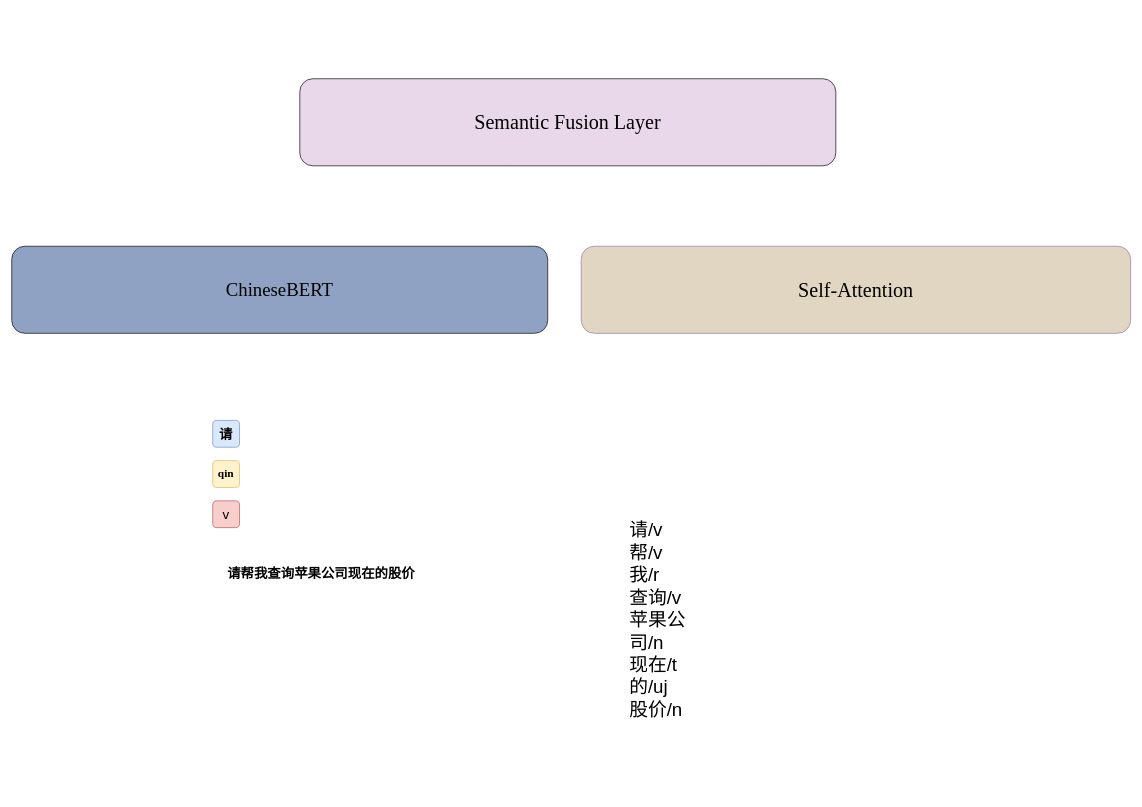
Before: propmt_chineseNLU/framework.drawio in lengyueit/paper_pic, a draw.io diagram. Source tidied: cells renumbered, new cells numbered last; positions are measured from the earlier drawing's top-left corner, leaving out a move shared by most shapes. Both pictures are drawn from the tidied source at 67%, with x=0, y=0 at pixel (11, 78).
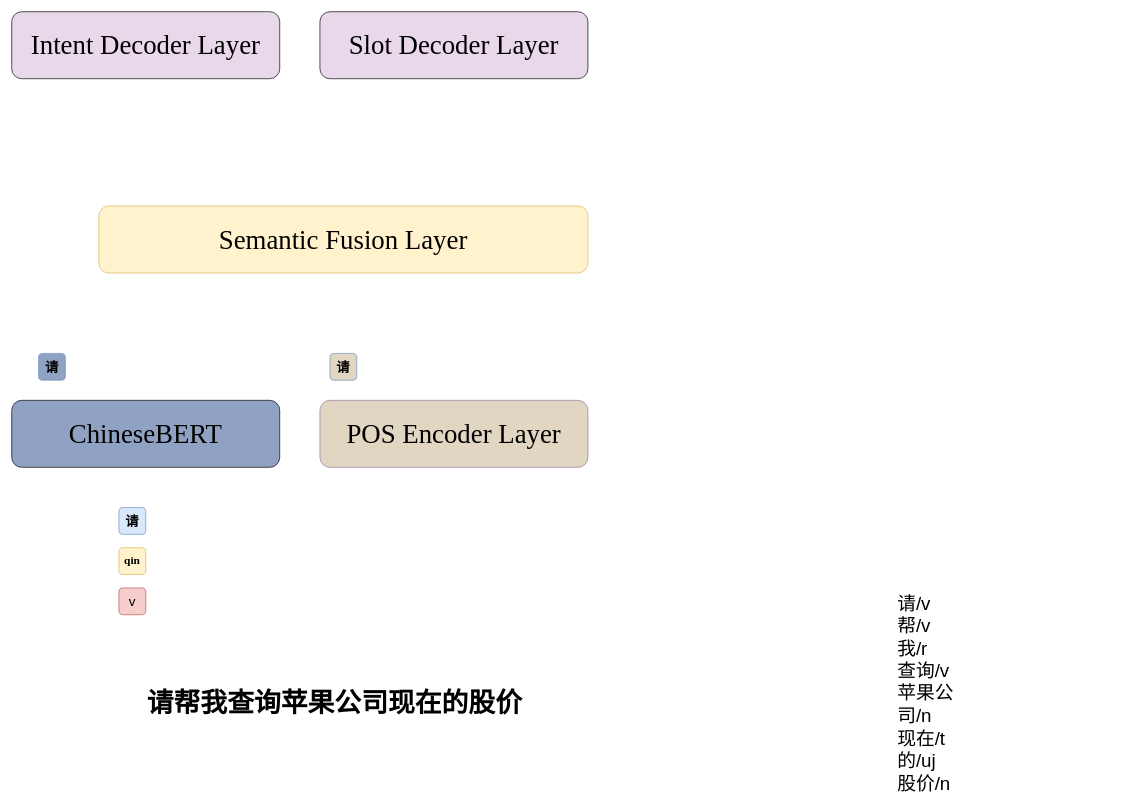
Above is the later version.

What changed in the source:
```diff
@@
 <mxGraphModel>
   <root>
     <mxCell id="0" />
     <mxCell id="1" parent="0" />
-    <mxCell id="2" value="&lt;font style=&quot;font-size: 28px;&quot; face=&quot;Times New Roman&quot;&gt;ChineseBERT&lt;/font&gt;" style="rounded=1;whiteSpace=wrap;html=1;fillColor=#8FA2C3;strokeColor=default;gradientColor=none;" parent="1" vertex="1">
-      <mxGeometry y="250" width="800" height="130" as="geometry" />
+    <mxCell id="2" value="&lt;font style=&quot;font-size: 40px;&quot; face=&quot;Times New Roman&quot;&gt;ChineseBERT&lt;/font&gt;" style="rounded=1;whiteSpace=wrap;html=1;fillColor=#8FA2C3;strokeColor=default;gradientColor=none;" parent="1" vertex="1">
+      <mxGeometry y="480" width="400" height="100" as="geometry" />
     </mxCell>
-    <mxCell id="3" value="请帮我查询苹果公司现在的股价" style="text;whiteSpace=wrap;fontFamily=等线;fontSize=20;fontStyle=1;" parent="1" vertex="1">
-      <mxGeometry x="320" y="720" width="290" height="40" as="geometry" />
+    <mxCell id="3" value="请帮我查询苹果公司现在的股价" style="text;whiteSpace=wrap;fontFamily=等线;fontSize=40;fontStyle=1;" parent="1" vertex="1">
+      <mxGeometry x="200" y="900" width="580" height="40" as="geometry" />
     </mxCell>
-    <mxCell id="4" value="&lt;font style=&quot;font-size: 30px;&quot; face=&quot;Times New Roman&quot;&gt;Self-Attention&lt;/font&gt;" style="rounded=1;whiteSpace=wrap;html=1;fillColor=#E0D6C2;strokeColor=#9673a6;" parent="1" vertex="1">
-      <mxGeometry x="850" y="250" width="820" height="130" as="geometry" />
+    <mxCell id="4" value="&lt;font style=&quot;font-size: 40px;&quot; face=&quot;Times New Roman&quot;&gt;POS Encoder Layer&lt;/font&gt;" style="rounded=1;whiteSpace=wrap;html=1;fillColor=#E0D6C2;strokeColor=#9673a6;" parent="1" vertex="1">
+      <mxGeometry x="460" y="480" width="400" height="100" as="geometry" />
     </mxCell>
     <mxCell id="5" value="请/v&#10;帮/v&#10;我/r&#10;查询/v&#10;苹果公司/n&#10;现在/t&#10;的/uj&#10;股价/n" style="text;whiteSpace=wrap;fontSize=28;" parent="1" vertex="1">
-      <mxGeometry x="920" y="650" width="90" height="140" as="geometry" />
+      <mxGeometry x="1320" y="760" width="90" height="140" as="geometry" />
     </mxCell>
-    <mxCell id="6" style="group;" parent="1" vertex="1">
-      <mxGeometry x="300" y="510" width="40" height="160" as="geometry" />
-    </mxCell>
+    <mxCell id="10" value="&lt;font style=&quot;font-size: 40px;&quot; face=&quot;Times New Roman&quot;&gt;Semantic Fusion Layer&lt;/font&gt;" style="rounded=1;whiteSpace=wrap;html=1;fillColor=#fff2cc;strokeColor=#d6b656;" parent="1" vertex="1">
+      <mxGeometry x="130" y="190" width="730" height="100" as="geometry" />
+    </mxCell>
+    <mxCell id="11" style="group;" parent="1" vertex="1">
+      <mxGeometry x="160" y="640" width="40" height="160" as="geometry" />
+    </mxCell>
-    <mxCell id="7" value="&lt;span style=&quot;font-family: 等线; text-align: left;&quot;&gt;&lt;font style=&quot;font-size: 20px;&quot;&gt;请&lt;/font&gt;&lt;/span&gt;" style="rounded=1;whiteSpace=wrap;html=1;fillColor=#dae8fc;strokeColor=#6c8ebf;fontStyle=1;" parent="6" vertex="1">
+    <mxCell id="7" value="&lt;span style=&quot;font-family: 等线; text-align: left;&quot;&gt;&lt;font style=&quot;font-size: 20px;&quot;&gt;请&lt;/font&gt;&lt;/span&gt;" style="rounded=1;whiteSpace=wrap;html=1;fillColor=#dae8fc;strokeColor=#6c8ebf;fontStyle=1;" parent="11" vertex="1">
       <mxGeometry width="40" height="40" as="geometry" />
     </mxCell>
-    <mxCell id="8" value="&lt;span style=&quot;font-size: 17px; text-align: left;&quot;&gt;&lt;font face=&quot;Times New Roman&quot;&gt;qin&lt;/font&gt;&lt;/span&gt;" style="rounded=1;whiteSpace=wrap;html=1;fillColor=#fff2cc;strokeColor=#d6b656;fontStyle=1;" parent="6" vertex="1">
+    <mxCell id="8" value="&lt;span style=&quot;font-size: 17px; text-align: left;&quot;&gt;&lt;font face=&quot;Times New Roman&quot;&gt;qin&lt;/font&gt;&lt;/span&gt;" style="rounded=1;whiteSpace=wrap;html=1;fillColor=#fff2cc;strokeColor=#d6b656;fontStyle=1;" parent="11" vertex="1">
       <mxGeometry y="60" width="40" height="40" as="geometry" />
     </mxCell>
-    <mxCell id="9" value="&lt;span style=&quot;font-weight: 400; text-align: left;&quot;&gt;&lt;font style=&quot;font-size: 20px;&quot;&gt;v&lt;/font&gt;&lt;/span&gt;" style="rounded=1;whiteSpace=wrap;html=1;fillColor=#f8cecc;strokeColor=#b85450;fontStyle=1;" parent="6" vertex="1">
+    <mxCell id="9" value="&lt;span style=&quot;font-weight: 400; text-align: left;&quot;&gt;&lt;font style=&quot;font-size: 20px;&quot;&gt;v&lt;/font&gt;&lt;/span&gt;" style="rounded=1;whiteSpace=wrap;html=1;fillColor=#f8cecc;strokeColor=#b85450;fontStyle=1;" parent="11" vertex="1">
       <mxGeometry y="120" width="40" height="40" as="geometry" />
     </mxCell>
-    <mxCell id="10" value="&lt;font style=&quot;font-size: 30px;&quot; face=&quot;Times New Roman&quot;&gt;Semantic Fusion Layer&lt;/font&gt;" style="rounded=1;whiteSpace=wrap;html=1;fillColor=#e8d8ea;strokeColor=default;gradientColor=none;" parent="1" vertex="1">
-      <mxGeometry x="430" width="800" height="130" as="geometry" />
-    </mxCell>
+    <mxCell id="12" value="&lt;font style=&quot;font-size: 40px;&quot; face=&quot;Times New Roman&quot;&gt;Intent Decoder Layer&lt;/font&gt;" style="rounded=1;whiteSpace=wrap;html=1;fillColor=#E8D8EA;strokeColor=default;" parent="1" vertex="1">
+      <mxGeometry y="-100" width="400" height="100" as="geometry" />
+    </mxCell>
+    <mxCell id="13" value="&lt;font style=&quot;font-size: 40px;&quot; face=&quot;Times New Roman&quot;&gt;Slot Decoder Layer&lt;/font&gt;" style="rounded=1;whiteSpace=wrap;html=1;fillColor=#E8D8EA;strokeColor=default;" parent="1" vertex="1">
+      <mxGeometry x="460" y="-100" width="400" height="100" as="geometry" />
+    </mxCell>
+    <mxCell id="14" value="&lt;span style=&quot;font-family: 等线; text-align: left;&quot;&gt;&lt;font style=&quot;font-size: 20px;&quot;&gt;请&lt;/font&gt;&lt;/span&gt;" style="rounded=1;whiteSpace=wrap;html=1;fillColor=#8FA2C3;strokeColor=#6c8ebf;fontStyle=1;" parent="1" vertex="1">
+      <mxGeometry x="40" y="410" width="40" height="40" as="geometry" />
+    </mxCell>
+    <mxCell id="15" value="&lt;span style=&quot;font-family: 等线; text-align: left;&quot;&gt;&lt;font style=&quot;font-size: 20px;&quot;&gt;请&lt;/font&gt;&lt;/span&gt;" style="rounded=1;whiteSpace=wrap;html=1;fillColor=#E0D6C2;strokeColor=#6c8ebf;fontStyle=1;" parent="1" vertex="1">
+      <mxGeometry x="475" y="410" width="40" height="40" as="geometry" />
+    </mxCell>
   </root>
 </mxGraphModel>
```
